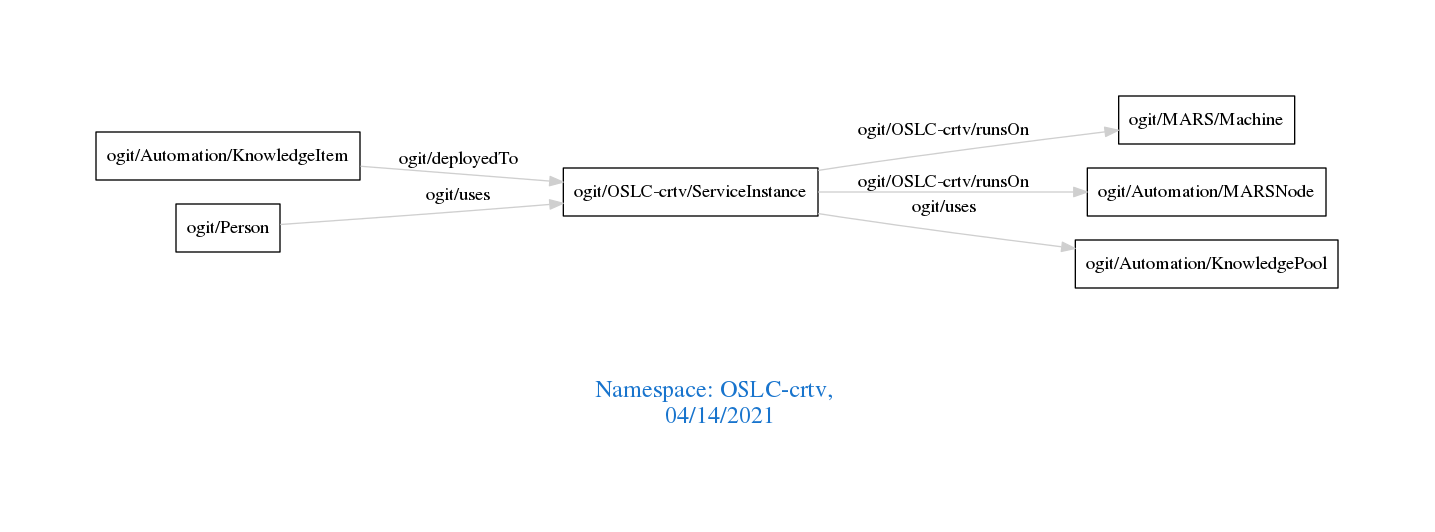
Before: downloads/OSLC-crtv.png, a diagram exported from Graphviz (arago/OGIT). Its source is kept beside it as downloads/OSLC-crtv.dot.
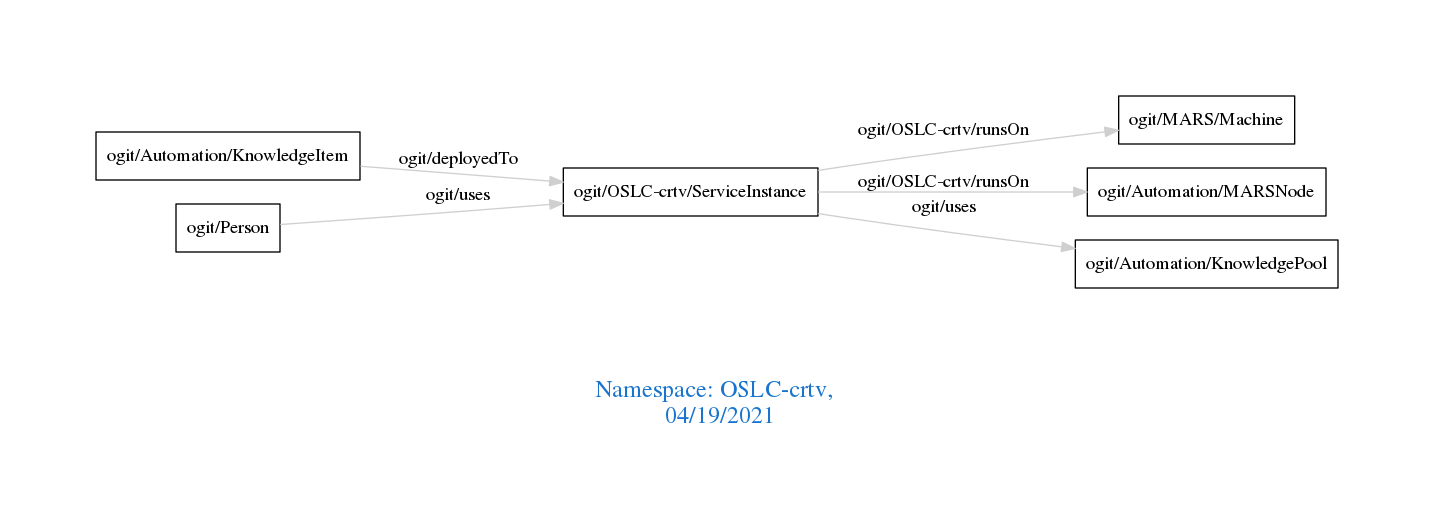
The same file after the commit.

Diff of the diagram source:
```diff
@@ -1,7 +1,7 @@
 digraph OGIT_ontology {
  graph [ rankdir= LR,pad=1
 fontsize = 18,
-fontcolor= dodgerblue3,label = "\n\n\nNamespace: OSLC-crtv, \n 04/14/2021"];
+fontcolor= dodgerblue3,label = "\n\n\nNamespace: OSLC-crtv, \n 04/19/2021"];
 node[shape=polygon];
 edge [  color="gray81"];
 
```
